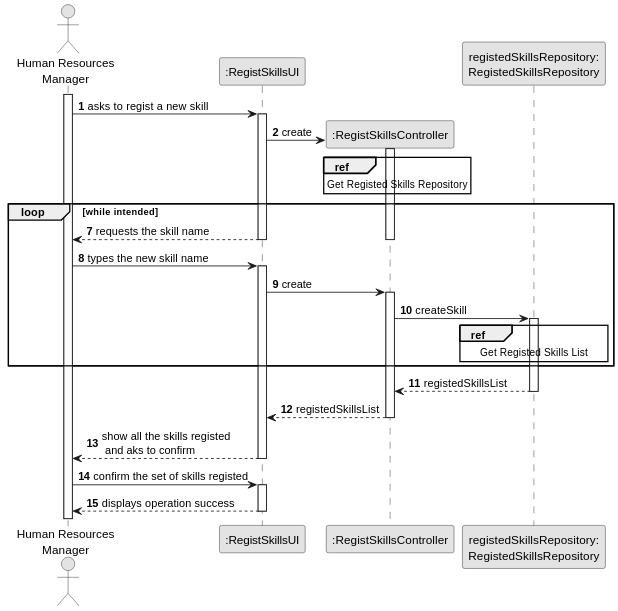
Earlier version of the PlantUML export docs/sprint2/us001/03.design/svg/us001-sequence-diagram-split.svg (1231360-ISEP/lei-24-s2-1db-g021).
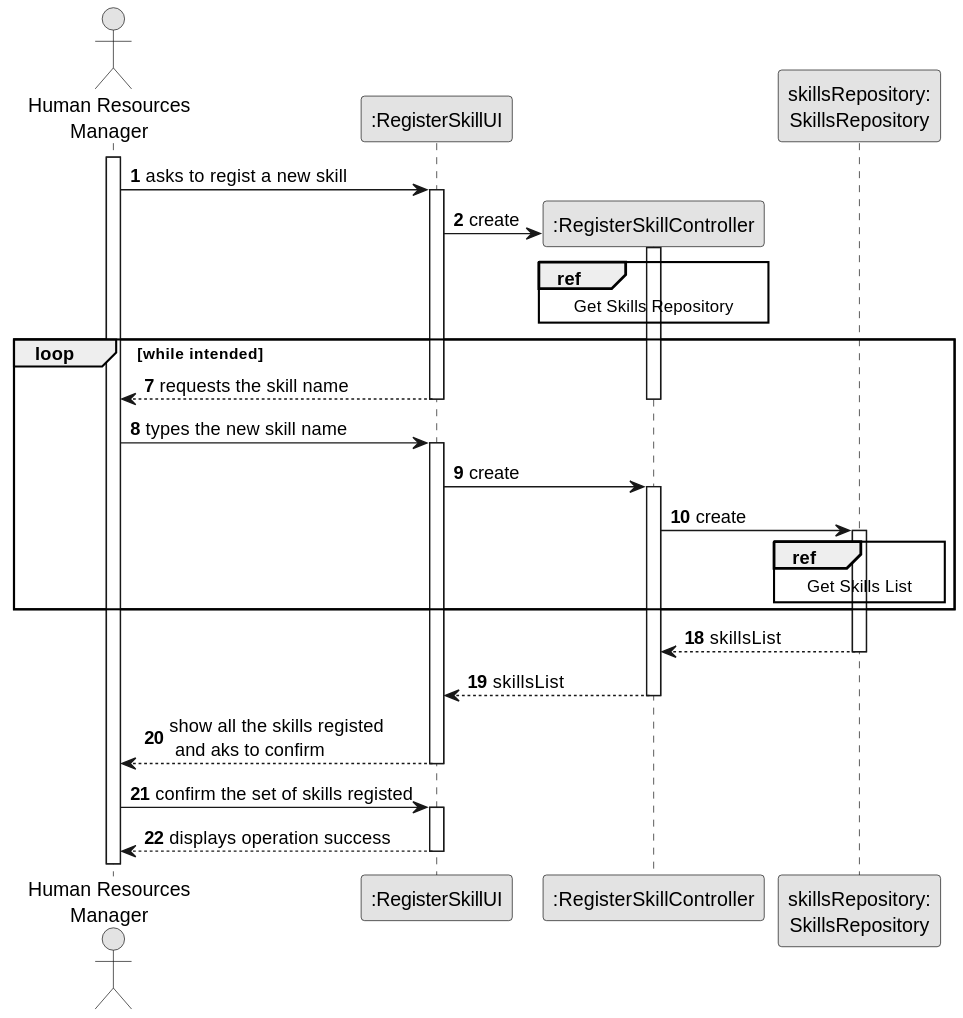
Later version of the same file.

Change to the diagram source:
```diff
@@ -4,9 +4,9 @@
 skinparam shadowing false
 
 actor "Human Resources\nManager" as HRM
-participant ":RegistSkillsUI" as UI
-participant ":RegistSkillsController" as CTRL
-participant "registedSkillsRepository:\nRegistedSkillsRepository" as RegistedSkillsRepository
+participant ":RegisterSkillUI" as UI
+participant ":RegisterSkillController" as CTRL
+participant "skillsRepository:\nSkillsRepository" as SkillsRepository
 
 autonumber 1
 
@@ -20,7 +20,7 @@
 activate CTRL
 
 ref over CTRL
-    Get Registed Skills Repository
+    Get Skills Repository
 end ref
 
 deactivate CTRL
@@ -38,19 +38,21 @@
         UI -> CTRL: create
     activate CTRL
 
-        CTRL -> RegistedSkillsRepository : createSkill
-    activate RegistedSkillsRepository
+        CTRL -> SkillsRepository : create
+    activate SkillsRepository
 
-    ref over RegistedSkillsRepository
-        Get Registed Skills List
+    ref over SkillsRepository
+        Get Skills List
     end ref
 
 end
 
-RegistedSkillsRepository --> CTRL : registedSkillsList
-deactivate RegistedSkillsRepository
+autonumber 18
 
-CTRL --> UI : registedSkillsList
+SkillsRepository --> CTRL : skillsList
+deactivate SkillsRepository
+
+CTRL --> UI : skillsList
 deactivate CTRL
 
 UI --> HRM : show all the skills registed\n and aks to confirm
```
